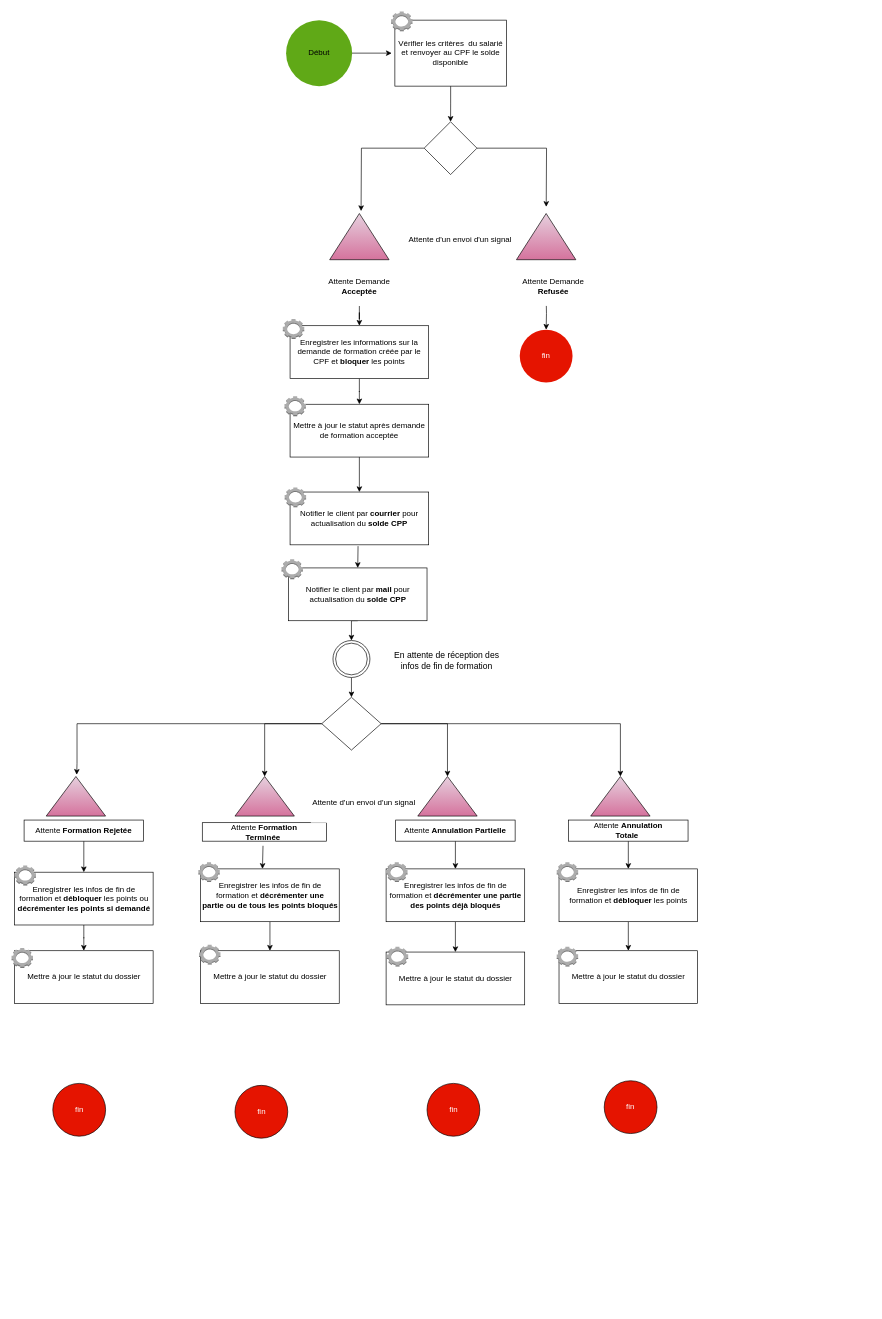
arabam13/workflow keeps this draw.io diagram as Diagramme sans nom.drawio. Above is the earlier version. Source tidied: cells renumbered, new cells numbered last; positions are measured from the earlier drawing's top-left corner, leaving out a move shared by most shapes. Both pictures are drawn from the tidied source at 66%, with x=0, y=0 at pixel (11, 11). Pictures stored in the file or linked from it are replaced by grey dashed boxes.
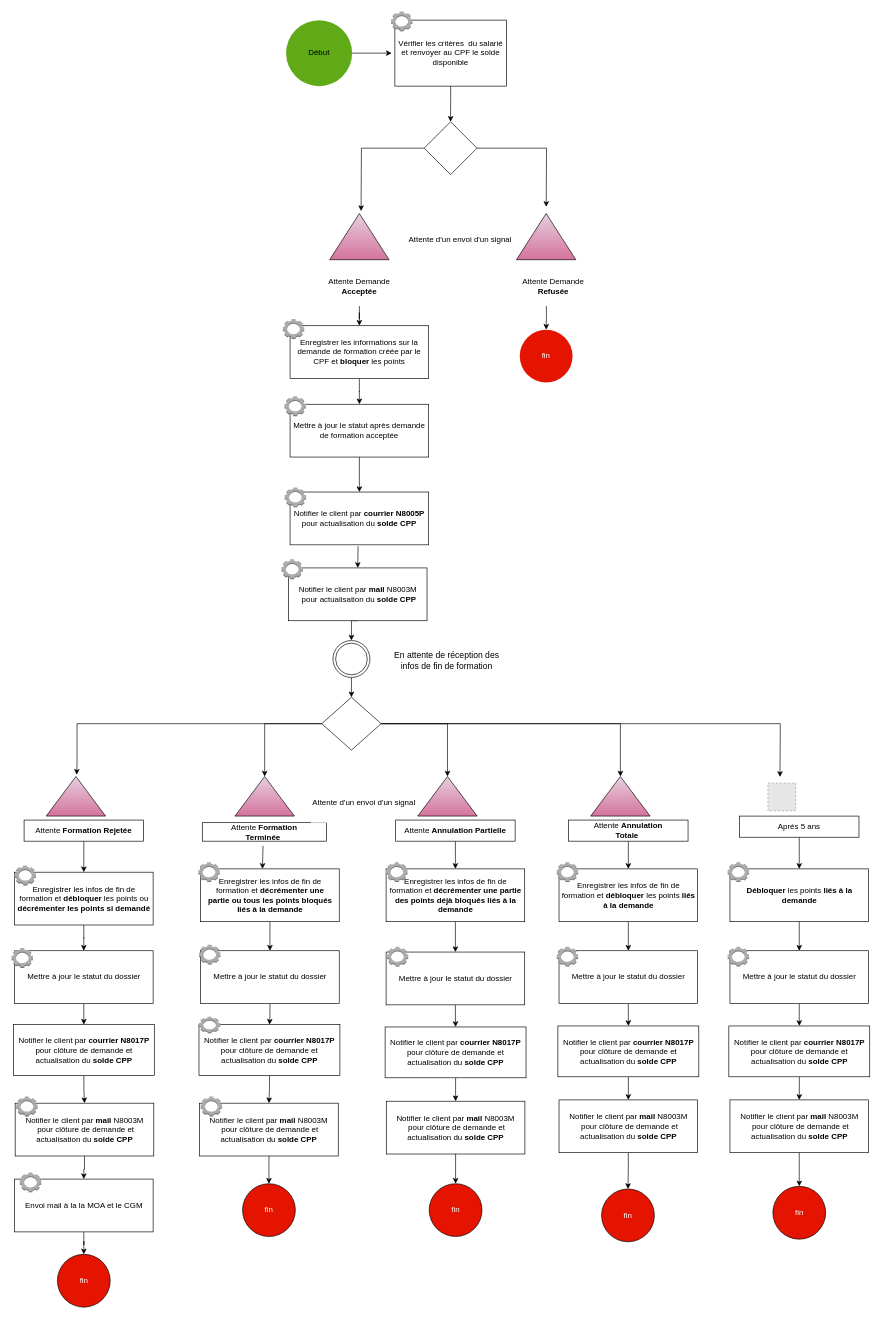
The same page after the edit.

Commit message (it also covers changes not shown here):
Mettre à jour Diagramme sans nom.drawio

The change refers to these unchanged cells:
```xml
<mxCell id="27" style="rhombus;whiteSpace=wrap;html=1;shapeInside=1;strokeColor=default;" parent="1" vertex="1">
  <mxGeometry x="470" y="1039" width="90" height="80" as="geometry" />
</mxCell>
<mxCell id="69" value="Mettre à jour le statut du dossier" style="rounded=0;whiteSpace=wrap;html=1;strokeColor=default;" parent="1" vertex="1">
  <mxGeometry x="829.5" y="1423" width="210" height="80" as="geometry" />
</mxCell>
<mxCell id="71" value="Mettre à jour le statut du dossier" style="rounded=0;whiteSpace=wrap;html=1;strokeColor=default;" parent="1" vertex="1">
  <mxGeometry x="567.5" y="1425" width="210" height="80" as="geometry" />
</mxCell>
<mxCell id="73" value="Mettre à jour le statut du dossier" style="rounded=0;whiteSpace=wrap;html=1;strokeColor=default;" parent="1" vertex="1">
  <mxGeometry x="286.5" y="1423" width="210" height="80" as="geometry" />
</mxCell>
<mxCell id="75" value="Mettre à jour le statut du dossier" style="rounded=0;whiteSpace=wrap;html=1;strokeColor=default;" parent="1" vertex="1">
  <mxGeometry x="4.5" y="1423" width="210" height="80" as="geometry" />
</mxCell>
```

Change to the diagram source:
```diff
@@
+    <mxCell id="77" style="edgeStyle=orthogonalEdgeStyle;rounded=0;jettySize=auto;html=1;" parent="1" edge="1" source="27">
+      <mxGeometry relative="1" as="geometry">
+        <mxPoint x="1164.3" y="1159.7" as="targetPoint" />
+      </mxGeometry>
+    </mxCell>
@@
-    <mxCell id="34" value="Enregistrer les infos de fin de formation et &lt;b&gt;décrémenter&amp;nbsp;&lt;/b&gt;&lt;font face=&quot;Helvetica&quot;&gt;&lt;font&gt;&lt;b&gt;une partie&lt;br&gt;des points déjà bloqués&lt;/b&gt;&lt;/font&gt;&lt;/font&gt;" style="rounded=0;whiteSpace=wrap;html=1;strokeColor=default;" parent="1" vertex="1">
+    <mxCell id="34" value="Enregistrer les infos de fin de formation et &lt;b&gt;décrémenter&amp;nbsp;&lt;/b&gt;&lt;font face=&quot;Helvetica&quot;&gt;&lt;font&gt;&lt;b&gt;une partie&lt;br&gt;des points déjà bloqués&amp;nbsp;&lt;/b&gt;&lt;/font&gt;&lt;/font&gt;&lt;font face=&quot;Helvetica&quot;&gt;&lt;font&gt;&lt;b&gt;liés à la demande&lt;/b&gt;&lt;/font&gt;&lt;/font&gt;" style="rounded=0;whiteSpace=wrap;html=1;strokeColor=default;" parent="1" vertex="1">
       <mxGeometry x="567.5" y="1299" width="210" height="80" as="geometry" />
     </mxCell>
-    <mxCell id="35" value="fin" style="ellipse;whiteSpace=wrap;html=1;shapeInside=1;fillColor=#e51400;fontColor=#ffffff;strokeColor=default;direction=west;" parent="1" vertex="1">
-      <mxGeometry x="629.5" y="1624" width="80" height="80" as="geometry" />
-    </mxCell>
     <mxCell id="36" value="fin" style="ellipse;whiteSpace=wrap;html=1;shapeInside=1;fillColor=#e51400;fontColor=#ffffff;strokeColor=default;direction=south;" parent="1" vertex="1">
-      <mxGeometry x="338.5" y="1627" width="80" height="80" as="geometry" />
+      <mxGeometry x="350" y="1776" width="80" height="80" as="geometry" />
     </mxCell>
@@
-    <mxCell id="38" value="Enregistrer les infos de fin de formation et &lt;b&gt;décrémenter&amp;nbsp;&lt;/b&gt;&lt;font face=&quot;Helvetica&quot;&gt;&lt;font&gt;&lt;b&gt;une&lt;br&gt;partie ou de tous les points bloqués&lt;/b&gt;&lt;/font&gt;&lt;/font&gt;" style="rounded=0;whiteSpace=wrap;html=1;strokeColor=default;" parent="1" vertex="1">
+    <mxCell id="38" value="Enregistrer les infos de fin de formation et &lt;b&gt;décrémenter&amp;nbsp;&lt;/b&gt;&lt;font face=&quot;Helvetica&quot;&gt;&lt;font&gt;&lt;b&gt;une&lt;br&gt;partie ou tous les points bloqués liés à la demande&lt;/b&gt;&lt;/font&gt;&lt;/font&gt;" style="rounded=0;whiteSpace=wrap;html=1;strokeColor=default;" parent="1" vertex="1">
       <mxGeometry x="286.5" y="1299" width="210" height="80" as="geometry" />
     </mxCell>
@@
-    <mxCell id="44" value="Notifier le client par &lt;b&gt;courrier &lt;/b&gt;pour actualisation du &lt;b&gt;solde CPP&lt;/b&gt;" style="rounded=0;whiteSpace=wrap;html=1;strokeColor=default;" parent="1" vertex="1">
+    <mxCell id="44" value="&lt;font&gt;Notifier le client par &lt;b&gt;courrier&amp;nbsp;&lt;/b&gt;&lt;font face=&quot;Helvetica&quot;&gt;&lt;b&gt;N8005P&lt;/b&gt;&lt;/font&gt;&lt;span style=&quot;font-family: &amp;quot;Calibri&amp;quot;, sans-serif;&quot;&gt;&lt;br&gt;&lt;/span&gt;pour actualisation du &lt;b&gt;solde CPP&lt;/b&gt;&lt;/font&gt;" style="rounded=0;whiteSpace=wrap;html=1;strokeColor=default;" parent="1" vertex="1">
       <mxGeometry x="422" y="728" width="210" height="80" as="geometry" />
     </mxCell>
@@
-    <mxCell id="48" value="Notifier le client par &lt;b&gt;mail&amp;nbsp;&lt;/b&gt;pour actualisation du &lt;b&gt;solde CPP&lt;/b&gt;" style="rounded=0;whiteSpace=wrap;html=1;strokeColor=default;" parent="1" vertex="1">
+    <mxCell id="48" value="&lt;font face=&quot;Helvetica&quot;&gt;Notifier le client par &lt;b&gt;mail&amp;nbsp;&lt;/b&gt;N8003M&lt;br&gt;&lt;b&gt;&amp;nbsp;&lt;/b&gt;pour actualisation du &lt;b&gt;solde CPP&lt;/b&gt;&lt;/font&gt;" style="rounded=0;whiteSpace=wrap;html=1;strokeColor=default;" parent="1" vertex="1">
       <mxGeometry x="419.5" y="843" width="210" height="80" as="geometry" />
     </mxCell>
@@
-    <mxCell id="58" value="Enregistrer les infos de fin de formation et &lt;b&gt;débloquer &lt;/b&gt;les points" style="rounded=0;whiteSpace=wrap;html=1;strokeColor=default;" parent="1" vertex="1">
+    <mxCell id="58" value="Enregistrer les infos de fin de formation et &lt;b&gt;débloquer &lt;/b&gt;les points&amp;nbsp;&lt;font face=&quot;Helvetica&quot;&gt;&lt;font&gt;&lt;b&gt;liés à la demande&lt;/b&gt;&lt;/font&gt;&lt;/font&gt;" style="rounded=0;whiteSpace=wrap;html=1;strokeColor=default;" parent="1" vertex="1">
       <mxGeometry x="829.5" y="1299" width="210" height="80" as="geometry" />
     </mxCell>
-    <mxCell id="59" value="fin" style="ellipse;whiteSpace=wrap;html=1;shapeInside=1;fillColor=#e51400;fontColor=#ffffff;strokeColor=default;direction=west;" parent="1" vertex="1">
-      <mxGeometry x="898" y="1620" width="80" height="80" as="geometry" />
-    </mxCell>
@@
-    <mxCell id="67" value="fin" style="ellipse;whiteSpace=wrap;html=1;shapeInside=1;fillColor=#e51400;fontColor=#ffffff;strokeColor=default;direction=west;" parent="1" vertex="1">
-      <mxGeometry x="62.5" y="1624" width="80" height="80" as="geometry" />
-    </mxCell>
@@
+    <mxCell id="78" style="edgeStyle=orthogonalEdgeStyle;rounded=0;jettySize=auto;html=1;" parent="1" edge="1" source="69" target="94">
+      <mxGeometry relative="1" as="geometry" />
+    </mxCell>
@@
+    <mxCell id="79" style="edgeStyle=orthogonalEdgeStyle;rounded=0;jettySize=auto;html=1;" parent="1" edge="1" source="71" target="99">
+      <mxGeometry relative="1" as="geometry" />
+    </mxCell>
@@
+    <mxCell id="80" style="edgeStyle=orthogonalEdgeStyle;rounded=0;jettySize=auto;html=1;" parent="1" edge="1" source="73" target="83">
+      <mxGeometry relative="1" as="geometry" />
+    </mxCell>
@@
+    <mxCell id="81" style="edgeStyle=orthogonalEdgeStyle;rounded=0;jettySize=auto;html=1;" parent="1" edge="1" source="75" target="117">
+      <mxGeometry relative="1" as="geometry" />
+    </mxCell>
@@
+    <mxCell id="82" style="edgeStyle=orthogonalEdgeStyle;rounded=0;jettySize=auto;html=1;" parent="1" edge="1" source="83" target="86">
+      <mxGeometry relative="1" as="geometry" />
+    </mxCell>
+    <mxCell id="83" value="&lt;font face=&quot;Helvetica&quot;&gt;Notifier le client par &lt;b&gt;courrier&amp;nbsp;N8017P&lt;/b&gt;&lt;br&gt;pour&amp;nbsp;&lt;/font&gt;clôture de demande et &lt;font face=&quot;Helvetica&quot;&gt;actualisation du &lt;b&gt;solde CPP&lt;/b&gt;&lt;/font&gt;" style="rounded=0;whiteSpace=wrap;html=1;strokeColor=default;" parent="1" vertex="1">
+      <mxGeometry x="284" y="1535" width="213.5" height="77" as="geometry" />
+    </mxCell>
+    <mxCell id="84" style="dashed=0;verticalLabelPosition=bottom;verticalAlign=top;align=center;html=1;shape=mxgraph.aws3.human_intelligence_tasks_hit;fillColor=#ACACAC;gradientColor=none;strokeColor=default;" parent="1" vertex="1">
+      <mxGeometry x="283.8" y="1523" width="32.5" height="25" as="geometry" />
+    </mxCell>
+    <mxCell id="85" style="edgeStyle=orthogonalEdgeStyle;rounded=0;jettySize=auto;html=1;" parent="1" edge="1" source="86" target="36">
+      <mxGeometry relative="1" as="geometry" />
+    </mxCell>
+    <mxCell id="86" value="&lt;font face=&quot;Helvetica&quot;&gt;Notifier le client par &lt;b&gt;mail&amp;nbsp;&lt;/b&gt;N8003M&lt;br&gt;&lt;b&gt;&amp;nbsp;&lt;/b&gt;pour clôture de demande et actualisation du &lt;b&gt;solde CPP&lt;/b&gt;&lt;/font&gt;" style="rounded=0;whiteSpace=wrap;html=1;strokeColor=default;" parent="1" vertex="1">
+      <mxGeometry x="285" y="1654" width="210" height="80" as="geometry" />
+    </mxCell>
+    <mxCell id="87" style="dashed=0;verticalLabelPosition=bottom;verticalAlign=top;align=center;html=1;shape=mxgraph.aws3.human_intelligence_tasks_hit;fillColor=#ACACAC;gradientColor=none;strokeColor=default;" parent="1" vertex="1">
+      <mxGeometry x="286.5" y="1644" width="32.5" height="30" as="geometry" />
+    </mxCell>
+    <mxCell id="88" value="fin" style="ellipse;whiteSpace=wrap;html=1;shapeInside=1;fillColor=#e51400;fontColor=#ffffff;strokeColor=default;direction=south;" parent="1" vertex="1">
+      <mxGeometry x="69.5" y="1883" width="80" height="80" as="geometry" />
+    </mxCell>
+    <mxCell id="89" style="edgeStyle=orthogonalEdgeStyle;rounded=0;jettySize=auto;html=1;" parent="1" edge="1" source="90" target="88">
+      <mxGeometry relative="1" as="geometry" />
+    </mxCell>
+    <mxCell id="90" value="&lt;font face=&quot;Helvetica&quot;&gt;Envoi mail à la la MOA et le CGM&lt;/font&gt;" style="rounded=0;whiteSpace=wrap;html=1;strokeColor=default;" parent="1" vertex="1">
+      <mxGeometry x="4.5" y="1769" width="210" height="80" as="geometry" />
+    </mxCell>
+    <mxCell id="91" style="dashed=0;verticalLabelPosition=bottom;verticalAlign=top;align=center;html=1;shape=mxgraph.aws3.human_intelligence_tasks_hit;fillColor=#ACACAC;gradientColor=none;strokeColor=default;" parent="1" vertex="1">
+      <mxGeometry x="12.5" y="1759" width="32.5" height="30" as="geometry" />
+    </mxCell>
+    <mxCell id="92" value="fin" style="ellipse;whiteSpace=wrap;html=1;shapeInside=1;fillColor=#e51400;fontColor=#ffffff;strokeColor=default;direction=south;" parent="1" vertex="1">
+      <mxGeometry x="894" y="1784" width="80" height="80" as="geometry" />
+    </mxCell>
+    <mxCell id="93" style="edgeStyle=orthogonalEdgeStyle;rounded=0;jettySize=auto;html=1;" parent="1" edge="1" source="94" target="96">
+      <mxGeometry relative="1" as="geometry" />
+    </mxCell>
+    <mxCell id="94" value="&lt;font face=&quot;Helvetica&quot;&gt;Notifier le client par &lt;b&gt;courrier&amp;nbsp;N8017P&lt;/b&gt;&lt;br&gt;pour&amp;nbsp;&lt;/font&gt;clôture de demande et &lt;font face=&quot;Helvetica&quot;&gt;actualisation du &lt;b&gt;solde CPP&lt;/b&gt;&lt;/font&gt;" style="rounded=0;whiteSpace=wrap;html=1;strokeColor=default;" parent="1" vertex="1">
+      <mxGeometry x="827.8" y="1537" width="213.5" height="77" as="geometry" />
+    </mxCell>
+    <mxCell id="95" style="edgeStyle=orthogonalEdgeStyle;rounded=0;jettySize=auto;html=1;" parent="1" edge="1" source="96" target="92">
+      <mxGeometry relative="1" as="geometry" />
+    </mxCell>
+    <mxCell id="96" value="&lt;font face=&quot;Helvetica&quot;&gt;Notifier le client par &lt;b&gt;mail&amp;nbsp;&lt;/b&gt;N8003M&lt;br&gt;&lt;b&gt;&amp;nbsp;&lt;/b&gt;pour clôture de demande et actualisation du &lt;b&gt;solde CPP&lt;/b&gt;&lt;/font&gt;" style="rounded=0;whiteSpace=wrap;html=1;strokeColor=default;" parent="1" vertex="1">
+      <mxGeometry x="829.5" y="1649" width="210" height="80" as="geometry" />
+    </mxCell>
+    <mxCell id="97" value="fin" style="ellipse;whiteSpace=wrap;html=1;shapeInside=1;fillColor=#e51400;fontColor=#ffffff;strokeColor=default;direction=south;" parent="1" vertex="1">
+      <mxGeometry x="632.8" y="1776" width="80" height="80" as="geometry" />
+    </mxCell>
+    <mxCell id="98" style="edgeStyle=orthogonalEdgeStyle;rounded=0;jettySize=auto;html=1;" parent="1" edge="1" source="99" target="101">
+      <mxGeometry relative="1" as="geometry" />
+    </mxCell>
+    <mxCell id="99" value="&lt;font face=&quot;Helvetica&quot;&gt;Notifier le client par &lt;b&gt;courrier&amp;nbsp;N8017P&lt;/b&gt;&lt;br&gt;pour&amp;nbsp;&lt;/font&gt;clôture de demande et &lt;font face=&quot;Helvetica&quot;&gt;actualisation du &lt;b&gt;solde CPP&lt;/b&gt;&lt;/font&gt;" style="rounded=0;whiteSpace=wrap;html=1;strokeColor=default;" parent="1" vertex="1">
+      <mxGeometry x="566" y="1538.5" width="213.5" height="77" as="geometry" />
+    </mxCell>
+    <mxCell id="100" style="edgeStyle=orthogonalEdgeStyle;rounded=0;jettySize=auto;html=1;" parent="1" edge="1" source="101" target="97">
+      <mxGeometry relative="1" as="geometry" />
+    </mxCell>
+    <mxCell id="101" value="&lt;font face=&quot;Helvetica&quot;&gt;Notifier le client par &lt;b&gt;mail&amp;nbsp;&lt;/b&gt;N8003M&lt;br&gt;&lt;b&gt;&amp;nbsp;&lt;/b&gt;pour clôture de demande et actualisation du &lt;b&gt;solde CPP&lt;/b&gt;&lt;/font&gt;" style="rounded=0;whiteSpace=wrap;html=1;strokeColor=default;" parent="1" vertex="1">
+      <mxGeometry x="567.8" y="1651" width="210" height="80" as="geometry" />
+    </mxCell>
+    <mxCell id="102" style="fillColor=#E6E6E6;strokeColor=#999999;dashed=1;html=1;verticalAlign=top;verticalLabelPosition=bottom;labelBackgroundColor=#ffffff;" parent="1" vertex="1">
+      <mxGeometry x="1146" y="1169" width="42" height="42" as="geometry" />
+    </mxCell>
+    <mxCell id="103" style="edgeStyle=orthogonalEdgeStyle;rounded=0;jettySize=auto;html=1;" parent="1" edge="1" source="104" target="106">
+      <mxGeometry relative="1" as="geometry" />
+    </mxCell>
+    <mxCell id="104" value="Aprés 5 ans" style="rounded=0;whiteSpace=wrap;html=1;fillColor=default;strokeColor=default;" parent="1" vertex="1">
+      <mxGeometry x="1103" y="1219" width="181" height="32" as="geometry" />
+    </mxCell>
+    <mxCell id="105" style="edgeStyle=orthogonalEdgeStyle;rounded=0;jettySize=auto;html=1;" parent="1" edge="1" source="106" target="109">
+      <mxGeometry relative="1" as="geometry" />
+    </mxCell>
+    <mxCell id="106" value="&lt;b&gt;Débloquer &lt;/b&gt;les points&amp;nbsp;&lt;font face=&quot;Helvetica&quot;&gt;&lt;font&gt;&lt;b&gt;liés à la demande&lt;/b&gt;&lt;/font&gt;&lt;/font&gt;" style="rounded=0;whiteSpace=wrap;html=1;strokeColor=default;" parent="1" vertex="1">
+      <mxGeometry x="1088.5" y="1299" width="210" height="80" as="geometry" />
+    </mxCell>
+    <mxCell id="107" style="dashed=0;verticalLabelPosition=bottom;verticalAlign=top;align=center;html=1;shape=mxgraph.aws3.human_intelligence_tasks_hit;fillColor=#ACACAC;gradientColor=none;strokeColor=default;" parent="1" vertex="1">
+      <mxGeometry x="1085" y="1289" width="32.5" height="30" as="geometry" />
+    </mxCell>
+    <mxCell id="108" style="edgeStyle=orthogonalEdgeStyle;rounded=0;jettySize=auto;html=1;" parent="1" edge="1" source="109" target="113">
+      <mxGeometry relative="1" as="geometry" />
+    </mxCell>
+    <mxCell id="109" value="Mettre à jour le statut du dossier" style="rounded=0;whiteSpace=wrap;html=1;strokeColor=default;" parent="1" vertex="1">
+      <mxGeometry x="1088.5" y="1423" width="210" height="80" as="geometry" />
+    </mxCell>
+    <mxCell id="110" style="dashed=0;verticalLabelPosition=bottom;verticalAlign=top;align=center;html=1;shape=mxgraph.aws3.human_intelligence_tasks_hit;fillColor=#ACACAC;gradientColor=none;strokeColor=default;" parent="1" vertex="1">
+      <mxGeometry x="1085" y="1417" width="32.5" height="30" as="geometry" />
+    </mxCell>
+    <mxCell id="111" value="fin" style="ellipse;whiteSpace=wrap;html=1;shapeInside=1;fillColor=#e51400;fontColor=#ffffff;strokeColor=default;direction=south;" parent="1" vertex="1">
+      <mxGeometry x="1153.5" y="1780" width="80" height="80" as="geometry" />
+    </mxCell>
+    <mxCell id="112" style="edgeStyle=orthogonalEdgeStyle;rounded=0;jettySize=auto;html=1;" parent="1" edge="1" source="113" target="115">
+      <mxGeometry relative="1" as="geometry" />
+    </mxCell>
+    <mxCell id="113" value="&lt;font face=&quot;Helvetica&quot;&gt;Notifier le client par &lt;b&gt;courrier&amp;nbsp;N8017P&lt;/b&gt;&lt;br&gt;pour&amp;nbsp;&lt;/font&gt;clôture de demande et &lt;font face=&quot;Helvetica&quot;&gt;actualisation du &lt;b&gt;solde CPP&lt;/b&gt;&lt;/font&gt;" style="rounded=0;whiteSpace=wrap;html=1;strokeColor=default;" parent="1" vertex="1">
+      <mxGeometry x="1086.8" y="1537" width="213.5" height="77" as="geometry" />
+    </mxCell>
+    <mxCell id="114" style="edgeStyle=orthogonalEdgeStyle;rounded=0;jettySize=auto;html=1;" parent="1" edge="1" source="115" target="111">
+      <mxGeometry relative="1" as="geometry" />
+    </mxCell>
+    <mxCell id="115" value="&lt;font face=&quot;Helvetica&quot;&gt;Notifier le client par &lt;b&gt;mail&amp;nbsp;&lt;/b&gt;N8003M&lt;br&gt;&lt;b&gt;&amp;nbsp;&lt;/b&gt;pour clôture de demande et actualisation du &lt;b&gt;solde CPP&lt;/b&gt;&lt;/font&gt;" style="rounded=0;whiteSpace=wrap;html=1;strokeColor=default;" parent="1" vertex="1">
+      <mxGeometry x="1088.5" y="1649" width="210" height="80" as="geometry" />
+    </mxCell>
+    <mxCell id="116" style="edgeStyle=orthogonalEdgeStyle;rounded=0;jettySize=auto;html=1;" parent="1" edge="1" source="117" target="119">
+      <mxGeometry relative="1" as="geometry" />
+    </mxCell>
+    <mxCell id="117" value="&lt;font face=&quot;Helvetica&quot;&gt;Notifier le client par &lt;b&gt;courrier&amp;nbsp;N8017P&lt;/b&gt;&lt;br&gt;pour&amp;nbsp;&lt;/font&gt;clôture de demande et &lt;font face=&quot;Helvetica&quot;&gt;actualisation du &lt;b&gt;solde CPP&lt;/b&gt;&lt;/font&gt;" style="rounded=0;whiteSpace=wrap;html=1;strokeColor=default;" parent="1" vertex="1">
+      <mxGeometry x="2.8" y="1535" width="213.5" height="77" as="geometry" />
+    </mxCell>
+    <mxCell id="118" style="edgeStyle=orthogonalEdgeStyle;rounded=0;jettySize=auto;html=1;" parent="1" edge="1" source="119" target="90">
+      <mxGeometry relative="1" as="geometry" />
+    </mxCell>
+    <mxCell id="119" value="&lt;font face=&quot;Helvetica&quot;&gt;Notifier le client par &lt;b&gt;mail&amp;nbsp;&lt;/b&gt;N8003M&lt;br&gt;&lt;b&gt;&amp;nbsp;&lt;/b&gt;pour clôture de demande et actualisation du &lt;b&gt;solde CPP&lt;/b&gt;&lt;/font&gt;" style="rounded=0;whiteSpace=wrap;html=1;strokeColor=default;" parent="1" vertex="1">
+      <mxGeometry x="5.5" y="1654" width="210" height="80" as="geometry" />
+    </mxCell>
+    <mxCell id="120" style="dashed=0;verticalLabelPosition=bottom;verticalAlign=top;align=center;html=1;shape=mxgraph.aws3.human_intelligence_tasks_hit;fillColor=#ACACAC;gradientColor=none;strokeColor=default;" parent="1" vertex="1">
+      <mxGeometry x="7" y="1644" width="32.5" height="30" as="geometry" />
+    </mxCell>
```
